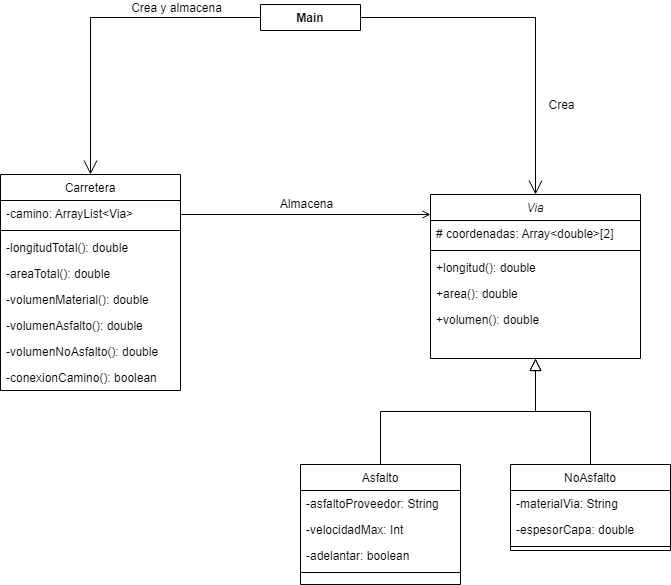
Above: Reto7.drawio.png in Fialtron/Tecnicas_Reto7 (draw.io), before the change. Source tidied: cells renumbered, new cells last; positions are measured from the earlier drawing's top-left corner, leaving out a move shared by most shapes. Its diagram source:
```xml
<mxGraphModel>
  <root>
    <mxCell id="0" />
    <mxCell id="1" parent="0" />
    <mxCell id="2" value="Via" style="swimlane;fontStyle=2;align=center;verticalAlign=top;horizontal=1;startSize=26;rounded=0;shadow=0;strokeWidth=1;" parent="1" vertex="1">
      <mxGeometry x="430" y="190" width="210" height="164" as="geometry" />
    </mxCell>
    <mxCell id="3" value="# coordenadas: Array&lt;double&gt;[2]" style="text;align=left;verticalAlign=top;spacingLeft=4;spacingRight=4;overflow=hidden;" parent="2" vertex="1">
      <mxGeometry y="26" width="210" height="26" as="geometry" />
    </mxCell>
    <mxCell id="4" style="line;html=1;strokeWidth=1;align=left;verticalAlign=middle;spacingTop=-1;spacingLeft=3;spacingRight=3;labelPosition=right;" parent="2" vertex="1">
      <mxGeometry y="52" width="210" height="8" as="geometry" />
    </mxCell>
    <mxCell id="5" value="+longitud(): double" style="text;align=left;verticalAlign=top;spacingLeft=4;spacingRight=4;overflow=hidden;" parent="2" vertex="1">
      <mxGeometry y="60" width="210" height="26" as="geometry" />
    </mxCell>
    <mxCell id="6" value="+area(): double" style="text;align=left;verticalAlign=top;spacingLeft=4;spacingRight=4;overflow=hidden;" parent="2" vertex="1">
      <mxGeometry y="86" width="210" height="26" as="geometry" />
    </mxCell>
    <mxCell id="7" value="+volumen(): double" style="text;align=left;verticalAlign=top;spacingLeft=4;spacingRight=4;overflow=hidden;" parent="2" vertex="1">
      <mxGeometry y="112" width="210" height="26" as="geometry" />
    </mxCell>
    <mxCell id="8" value="Asfalto" style="swimlane;fontStyle=0;align=center;verticalAlign=top;horizontal=1;startSize=26;rounded=0;shadow=0;strokeWidth=1;" parent="1" vertex="1">
      <mxGeometry x="300" y="460" width="160" height="120" as="geometry" />
    </mxCell>
    <mxCell id="9" value="-asfaltoProveedor: String" style="text;align=left;verticalAlign=top;spacingLeft=4;spacingRight=4;overflow=hidden;" parent="8" vertex="1">
      <mxGeometry y="26" width="160" height="26" as="geometry" />
    </mxCell>
    <mxCell id="10" value="-velocidadMax: Int" style="text;align=left;verticalAlign=top;spacingLeft=4;spacingRight=4;overflow=hidden;rounded=0;shadow=0;html=0;" parent="8" vertex="1">
      <mxGeometry y="52" width="160" height="26" as="geometry" />
    </mxCell>
    <mxCell id="11" value="-adelantar: boolean" style="text;align=left;verticalAlign=top;spacingLeft=4;spacingRight=4;overflow=hidden;rounded=0;shadow=0;html=0;" parent="8" vertex="1">
      <mxGeometry y="78" width="160" height="26" as="geometry" />
    </mxCell>
    <mxCell id="12" style="line;html=1;strokeWidth=1;align=left;verticalAlign=middle;spacingTop=-1;spacingLeft=3;spacingRight=3;labelPosition=right;" parent="8" vertex="1">
      <mxGeometry y="104" width="160" height="8" as="geometry" />
    </mxCell>
    <mxCell id="13" style="endArrow=block;endSize=10;endFill=0;shadow=0;strokeWidth=1;rounded=0;edgeStyle=elbowEdgeStyle;elbow=vertical;" parent="1" edge="1" source="8" target="2">
      <mxGeometry relative="1" as="geometry" />
    </mxCell>
    <mxCell id="14" value="NoAsfalto" style="swimlane;fontStyle=0;align=center;verticalAlign=top;horizontal=1;startSize=26;rounded=0;shadow=0;strokeWidth=1;" parent="1" vertex="1">
      <mxGeometry x="510" y="460" width="160" height="86" as="geometry" />
    </mxCell>
    <mxCell id="15" value="-materialVia: String" style="text;align=left;verticalAlign=top;spacingLeft=4;spacingRight=4;overflow=hidden;" parent="14" vertex="1">
      <mxGeometry y="26" width="160" height="26" as="geometry" />
    </mxCell>
    <mxCell id="16" value="-espesorCapa: double" style="text;align=left;verticalAlign=top;spacingLeft=4;spacingRight=4;overflow=hidden;" parent="14" vertex="1">
      <mxGeometry y="52" width="160" height="26" as="geometry" />
    </mxCell>
    <mxCell id="17" style="line;html=1;strokeWidth=1;align=left;verticalAlign=middle;spacingTop=-1;spacingLeft=3;spacingRight=3;labelPosition=right;" parent="14" vertex="1">
      <mxGeometry y="78" width="160" height="8" as="geometry" />
    </mxCell>
    <mxCell id="18" style="endArrow=block;endSize=10;endFill=0;shadow=0;strokeWidth=1;rounded=0;edgeStyle=elbowEdgeStyle;elbow=vertical;exitX=0.5;exitY=0;exitDx=0;exitDy=0;" parent="1" edge="1" source="14" target="2">
      <mxGeometry relative="1" as="geometry" />
    </mxCell>
    <mxCell id="19" value="Carretera" style="swimlane;fontStyle=0;align=center;verticalAlign=top;horizontal=1;startSize=26;rounded=0;shadow=0;strokeWidth=1;" parent="1" vertex="1">
      <mxGeometry y="170" width="180" height="216" as="geometry" />
    </mxCell>
    <mxCell id="20" value="-camino: ArrayList&lt;Via&gt;" style="text;align=left;verticalAlign=top;spacingLeft=4;spacingRight=4;overflow=hidden;points=[[0,0.5],[1,0.5]];portConstraint=eastwest;" parent="19" vertex="1">
      <mxGeometry y="26" width="180" height="26" as="geometry" />
    </mxCell>
    <mxCell id="21" style="line;html=1;strokeWidth=1;align=left;verticalAlign=middle;spacingTop=-1;spacingLeft=3;spacingRight=3;labelPosition=right;" parent="19" vertex="1">
      <mxGeometry y="52" width="180" height="8" as="geometry" />
    </mxCell>
    <mxCell id="22" value="-longitudTotal(): double" style="text;align=left;verticalAlign=top;spacingLeft=4;spacingRight=4;overflow=hidden;" parent="19" vertex="1">
      <mxGeometry y="60" width="180" height="26" as="geometry" />
    </mxCell>
    <mxCell id="23" value="-areaTotal(): double" style="text;align=left;verticalAlign=top;spacingLeft=4;spacingRight=4;overflow=hidden;" parent="19" vertex="1">
      <mxGeometry y="86" width="180" height="26" as="geometry" />
    </mxCell>
    <mxCell id="24" value="-volumenMaterial(): double" style="text;align=left;verticalAlign=top;spacingLeft=4;spacingRight=4;overflow=hidden;" parent="19" vertex="1">
      <mxGeometry y="112" width="180" height="26" as="geometry" />
    </mxCell>
    <mxCell id="25" value="-volumenAsfalto(): double" style="text;align=left;verticalAlign=top;spacingLeft=4;spacingRight=4;overflow=hidden;" parent="19" vertex="1">
      <mxGeometry y="138" width="180" height="26" as="geometry" />
    </mxCell>
    <mxCell id="26" value="-volumenNoAsfalto(): double" style="text;align=left;verticalAlign=top;spacingLeft=4;spacingRight=4;overflow=hidden;" parent="19" vertex="1">
      <mxGeometry y="164" width="180" height="26" as="geometry" />
    </mxCell>
    <mxCell id="27" value="-conexionCamino(): boolean" style="text;align=left;verticalAlign=top;spacingLeft=4;spacingRight=4;overflow=hidden;" parent="19" vertex="1">
      <mxGeometry y="190" width="180" height="26" as="geometry" />
    </mxCell>
    <mxCell id="28" style="endArrow=open;shadow=0;strokeWidth=1;rounded=0;endFill=1;edgeStyle=elbowEdgeStyle;elbow=vertical;entryX=0;entryY=0.123;entryDx=0;entryDy=0;entryPerimeter=0;exitX=1;exitY=0.5;exitDx=0;exitDy=0;" parent="1" edge="1" source="20" target="2">
      <mxGeometry x="0.5" y="41" relative="1" as="geometry">
        <Array as="points">
          <mxPoint x="300" y="210" />
          <mxPoint x="290" y="207" />
        </Array>
        <mxPoint x="-40" y="32" as="offset" />
      </mxGeometry>
    </mxCell>
    <mxCell id="29" value="Almacena" style="text;html=1;align=center;verticalAlign=middle;labelBackgroundColor=none;rounded=0;shadow=0;strokeWidth=1;fontSize=12;" parent="28" vertex="1">
      <mxGeometry x="0.5" y="49" relative="1" as="geometry">
        <mxPoint x="-62" y="38" as="offset" />
      </mxGeometry>
    </mxCell>
    <mxCell id="30" value="Crea y almacena" style="text;html=1;align=center;verticalAlign=middle;labelBackgroundColor=none;rounded=0;shadow=0;strokeWidth=1;fontSize=12;" parent="28" vertex="1">
      <mxGeometry x="0.5" y="49" relative="1" as="geometry">
        <mxPoint x="-192" y="-158" as="offset" />
      </mxGeometry>
    </mxCell>
    <mxCell id="31" value="Crea" style="text;html=1;align=center;verticalAlign=middle;labelBackgroundColor=none;rounded=0;shadow=0;strokeWidth=1;fontSize=12;" parent="28" vertex="1">
      <mxGeometry x="0.5" y="49" relative="1" as="geometry">
        <mxPoint x="193" y="-61" as="offset" />
      </mxGeometry>
    </mxCell>
    <mxCell id="32" value="Main" style="swimlane;fontStyle=1;align=center;verticalAlign=top;horizontal=1;startSize=26;" parent="1" vertex="1" collapsed="1">
      <mxGeometry x="260" width="100" height="26" as="geometry" />
    </mxCell>
    <mxCell id="33" style="endArrow=open;endFill=1;endSize=12;html=1;rounded=0;entryX=0.5;entryY=0;entryDx=0;entryDy=0;exitX=0;exitY=0.5;exitDx=0;exitDy=0;edgeStyle=orthogonalEdgeStyle;" parent="1" edge="1" source="32" target="19">
      <mxGeometry relative="1" as="geometry" />
    </mxCell>
    <mxCell id="34" style="endArrow=open;endFill=1;endSize=12;html=1;rounded=0;entryX=0.5;entryY=0;entryDx=0;entryDy=0;exitX=1;exitY=0.5;exitDx=0;exitDy=0;edgeStyle=orthogonalEdgeStyle;" parent="1" edge="1" source="32" target="2">
      <mxGeometry relative="1" as="geometry" />
    </mxCell>
  </root>
</mxGraphModel>
```
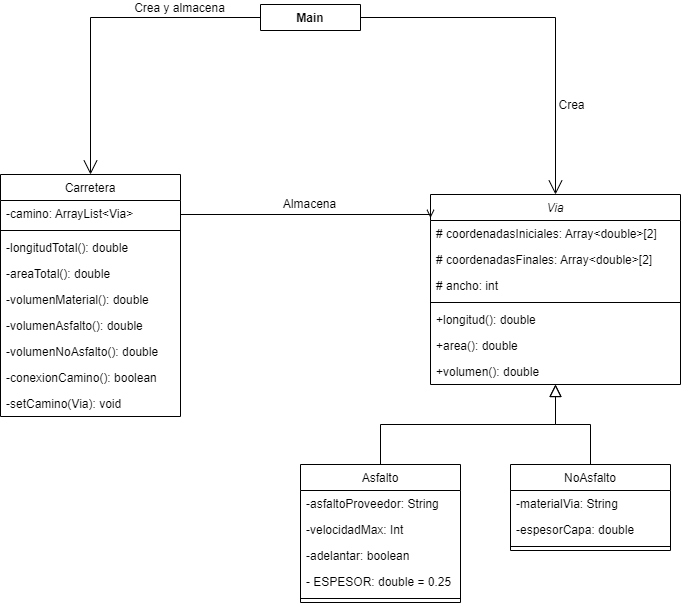
Above is the later version.

Commit message:
Actualizacion Diagrama de clases

What changed in the source:
```diff
@@ -3,25 +3,31 @@
     <mxCell id="0" />
     <mxCell id="1" parent="0" />
     <mxCell id="2" value="Via" style="swimlane;fontStyle=2;align=center;verticalAlign=top;horizontal=1;startSize=26;rounded=0;shadow=0;strokeWidth=1;" parent="1" vertex="1">
-      <mxGeometry x="430" y="190" width="210" height="164" as="geometry" />
+      <mxGeometry x="430" y="190" width="250" height="190" as="geometry" />
     </mxCell>
-    <mxCell id="3" value="# coordenadas: Array&lt;double&gt;[2]" style="text;align=left;verticalAlign=top;spacingLeft=4;spacingRight=4;overflow=hidden;" parent="2" vertex="1">
-      <mxGeometry y="26" width="210" height="26" as="geometry" />
+    <mxCell id="3" value="# coordenadasIniciales: Array&lt;double&gt;[2]" style="text;align=left;verticalAlign=top;spacingLeft=4;spacingRight=4;overflow=hidden;" parent="2" vertex="1">
+      <mxGeometry y="26" width="250" height="26" as="geometry" />
     </mxCell>
+    <mxCell id="35" value="# coordenadasFinales: Array&lt;double&gt;[2]" style="text;align=left;verticalAlign=top;spacingLeft=4;spacingRight=4;overflow=hidden;" parent="2" vertex="1">
+      <mxGeometry y="52" width="250" height="26" as="geometry" />
+    </mxCell>
+    <mxCell id="36" value="# ancho: int" style="text;align=left;verticalAlign=top;spacingLeft=4;spacingRight=4;overflow=hidden;" parent="2" vertex="1">
+      <mxGeometry y="78" width="250" height="26" as="geometry" />
+    </mxCell>
     <mxCell id="4" style="line;html=1;strokeWidth=1;align=left;verticalAlign=middle;spacingTop=-1;spacingLeft=3;spacingRight=3;labelPosition=right;" parent="2" vertex="1">
-      <mxGeometry y="52" width="210" height="8" as="geometry" />
+      <mxGeometry y="104" width="250" height="8" as="geometry" />
     </mxCell>
     <mxCell id="5" value="+longitud(): double" style="text;align=left;verticalAlign=top;spacingLeft=4;spacingRight=4;overflow=hidden;" parent="2" vertex="1">
-      <mxGeometry y="60" width="210" height="26" as="geometry" />
+      <mxGeometry y="112" width="250" height="26" as="geometry" />
     </mxCell>
     <mxCell id="6" value="+area(): double" style="text;align=left;verticalAlign=top;spacingLeft=4;spacingRight=4;overflow=hidden;" parent="2" vertex="1">
-      <mxGeometry y="86" width="210" height="26" as="geometry" />
+      <mxGeometry y="138" width="250" height="26" as="geometry" />
     </mxCell>
     <mxCell id="7" value="+volumen(): double" style="text;align=left;verticalAlign=top;spacingLeft=4;spacingRight=4;overflow=hidden;" parent="2" vertex="1">
-      <mxGeometry y="112" width="210" height="26" as="geometry" />
+      <mxGeometry y="164" width="250" height="26" as="geometry" />
     </mxCell>
     <mxCell id="8" value="Asfalto" style="swimlane;fontStyle=0;align=center;verticalAlign=top;horizontal=1;startSize=26;rounded=0;shadow=0;strokeWidth=1;" parent="1" vertex="1">
-      <mxGeometry x="300" y="460" width="160" height="120" as="geometry" />
+      <mxGeometry x="300" y="460" width="160" height="138" as="geometry" />
     </mxCell>
     <mxCell id="9" value="-asfaltoProveedor: String" style="text;align=left;verticalAlign=top;spacingLeft=4;spacingRight=4;overflow=hidden;" parent="8" vertex="1">
       <mxGeometry y="26" width="160" height="26" as="geometry" />
@@ -32,8 +38,11 @@
     <mxCell id="11" value="-adelantar: boolean" style="text;align=left;verticalAlign=top;spacingLeft=4;spacingRight=4;overflow=hidden;rounded=0;shadow=0;html=0;" parent="8" vertex="1">
       <mxGeometry y="78" width="160" height="26" as="geometry" />
     </mxCell>
+    <mxCell id="37" value="- ESPESOR: double = 0.25" style="text;align=left;verticalAlign=top;spacingLeft=4;spacingRight=4;overflow=hidden;rounded=0;shadow=0;html=0;" parent="8" vertex="1">
+      <mxGeometry y="104" width="160" height="26" as="geometry" />
+    </mxCell>
     <mxCell id="12" style="line;html=1;strokeWidth=1;align=left;verticalAlign=middle;spacingTop=-1;spacingLeft=3;spacingRight=3;labelPosition=right;" parent="8" vertex="1">
-      <mxGeometry y="104" width="160" height="8" as="geometry" />
+      <mxGeometry y="130" width="160" height="8" as="geometry" />
     </mxCell>
     <mxCell id="13" style="endArrow=block;endSize=10;endFill=0;shadow=0;strokeWidth=1;rounded=0;edgeStyle=elbowEdgeStyle;elbow=vertical;" parent="1" edge="1" source="8" target="2">
       <mxGeometry relative="1" as="geometry" />
@@ -54,7 +63,7 @@
       <mxGeometry relative="1" as="geometry" />
     </mxCell>
     <mxCell id="19" value="Carretera" style="swimlane;fontStyle=0;align=center;verticalAlign=top;horizontal=1;startSize=26;rounded=0;shadow=0;strokeWidth=1;" parent="1" vertex="1">
-      <mxGeometry y="170" width="180" height="216" as="geometry" />
+      <mxGeometry y="170" width="180" height="242" as="geometry" />
     </mxCell>
     <mxCell id="20" value="-camino: ArrayList&lt;Via&gt;" style="text;align=left;verticalAlign=top;spacingLeft=4;spacingRight=4;overflow=hidden;points=[[0,0.5],[1,0.5]];portConstraint=eastwest;" parent="19" vertex="1">
       <mxGeometry y="26" width="180" height="26" as="geometry" />
@@ -80,6 +89,9 @@
     <mxCell id="27" value="-conexionCamino(): boolean" style="text;align=left;verticalAlign=top;spacingLeft=4;spacingRight=4;overflow=hidden;" parent="19" vertex="1">
       <mxGeometry y="190" width="180" height="26" as="geometry" />
     </mxCell>
+    <mxCell id="38" value="-setCamino(Via): void" style="text;align=left;verticalAlign=top;spacingLeft=4;spacingRight=4;overflow=hidden;" parent="19" vertex="1">
+      <mxGeometry y="216" width="180" height="26" as="geometry" />
+    </mxCell>
     <mxCell id="28" style="endArrow=open;shadow=0;strokeWidth=1;rounded=0;endFill=1;edgeStyle=elbowEdgeStyle;elbow=vertical;entryX=0;entryY=0.123;entryDx=0;entryDy=0;entryPerimeter=0;exitX=1;exitY=0.5;exitDx=0;exitDy=0;" parent="1" edge="1" source="20" target="2">
       <mxGeometry x="0.5" y="41" relative="1" as="geometry">
         <Array as="points">
@@ -101,7 +113,7 @@
     </mxCell>
     <mxCell id="31" value="Crea" style="text;html=1;align=center;verticalAlign=middle;labelBackgroundColor=none;rounded=0;shadow=0;strokeWidth=1;fontSize=12;" parent="28" vertex="1">
       <mxGeometry x="0.5" y="49" relative="1" as="geometry">
-        <mxPoint x="193" y="-61" as="offset" />
+        <mxPoint x="200" y="-61" as="offset" />
       </mxGeometry>
     </mxCell>
     <mxCell id="32" value="Main" style="swimlane;fontStyle=1;align=center;verticalAlign=top;horizontal=1;startSize=26;" parent="1" vertex="1" collapsed="1">
```
